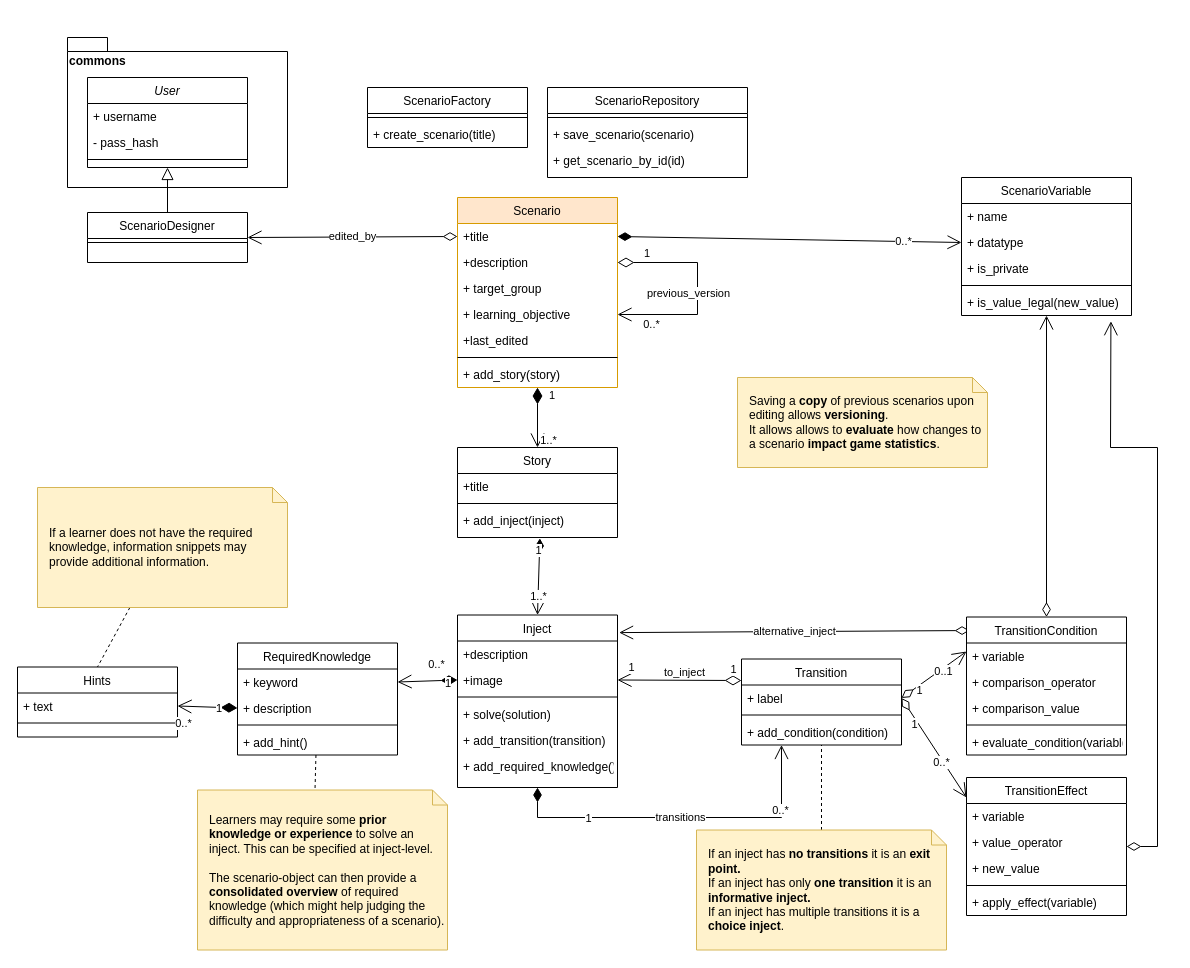
Elias-Ladenburger/CSEP keeps this draw.io diagram as page "Scenario_Design" (1 of 10) of artefacts/static_view/class diagram.drawio. Above is the earlier version. Source tidied: cells renumbered, new cells numbered last; positions are measured from the earlier drawing's top-left corner, leaving out a move shared by most shapes. Both pictures are drawn from the tidied source at 100%, with x=0, y=0 at pixel (17, 37).
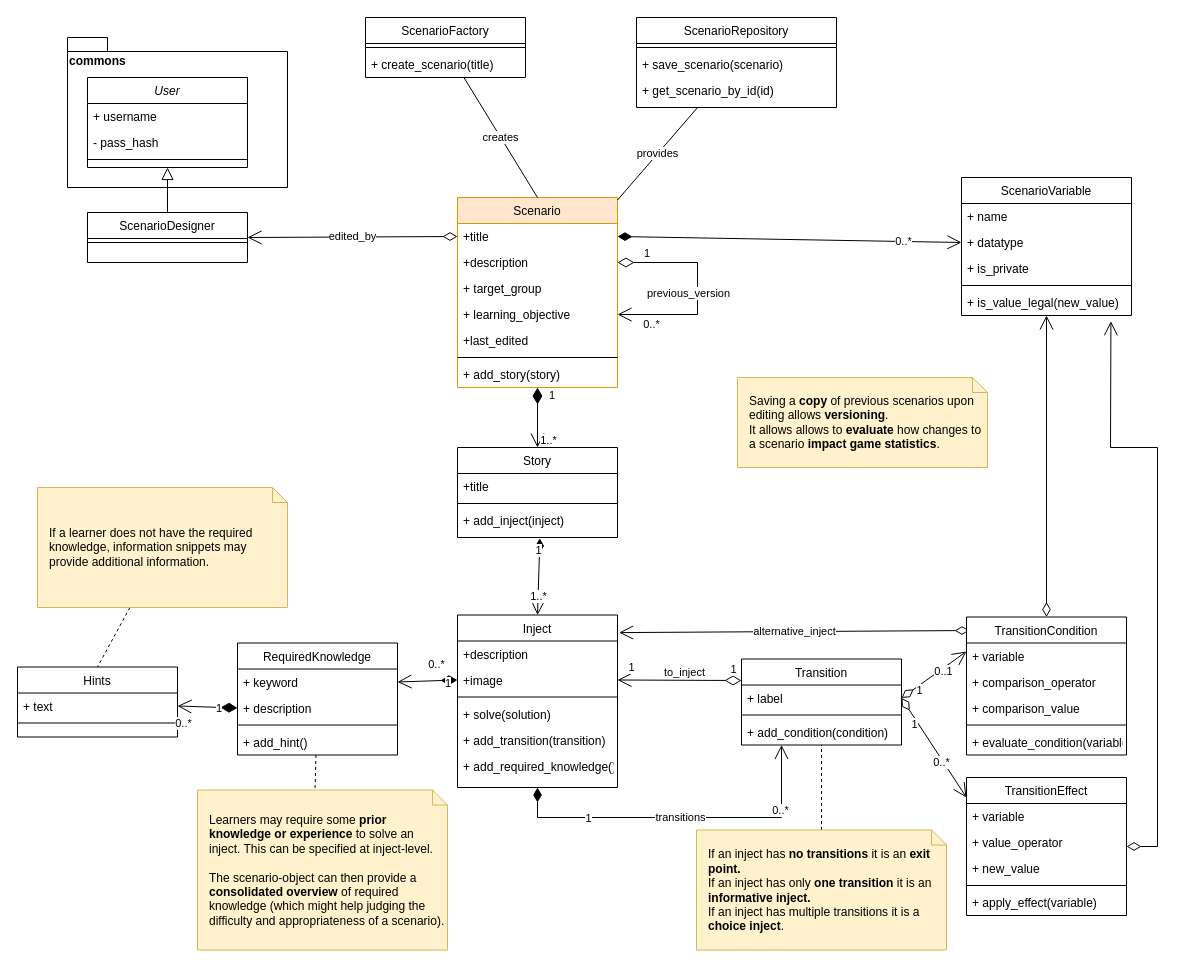
The same page after the edit.

Unchanged cells that the change refers to:
```xml
<mxCell id="3" value="Scenario" style="swimlane;fontStyle=0;align=center;verticalAlign=top;horizontal=1;startSize=26;rounded=0;shadow=0;strokeWidth=1;fillColor=#ffe6cc;strokeColor=#d79b00;" parent="1" vertex="1">
  <mxGeometry x="440" y="160" width="160" height="190" as="geometry" />
</mxCell>
```

The edit, as a diff of the source:
```diff
@@
+    <mxCell id="100" value="creates" style="edgeStyle=none;rounded=0;jettySize=auto;html=1;entryX=0.5;entryY=0;entryDx=0;entryDy=0;endArrow=none;endFill=0;" parent="1" edge="1" source="91" target="3">
+      <mxGeometry relative="1" as="geometry" />
+    </mxCell>
     <mxCell id="91" value="ScenarioFactory" style="swimlane;fontStyle=0;align=center;verticalAlign=top;horizontal=1;startSize=26;rounded=0;shadow=0;strokeWidth=1;" parent="1" vertex="1">
-      <mxGeometry x="350" y="50" width="160" height="60" as="geometry" />
+      <mxGeometry x="348" y="-20" width="160" height="60" as="geometry" />
     </mxCell>
@@
+    <mxCell id="101" value="provides" style="rounded=0;jettySize=auto;html=1;endArrow=none;endFill=0;" parent="1" edge="1" source="94" target="3">
+      <mxGeometry relative="1" as="geometry" />
+    </mxCell>
     <mxCell id="94" value="ScenarioRepository" style="swimlane;fontStyle=0;align=center;verticalAlign=top;horizontal=1;startSize=26;rounded=0;shadow=0;strokeWidth=1;" parent="1" vertex="1">
-      <mxGeometry x="530" y="50" width="200" height="90" as="geometry" />
+      <mxGeometry x="619" y="-20" width="200" height="90" as="geometry" />
     </mxCell>
```
